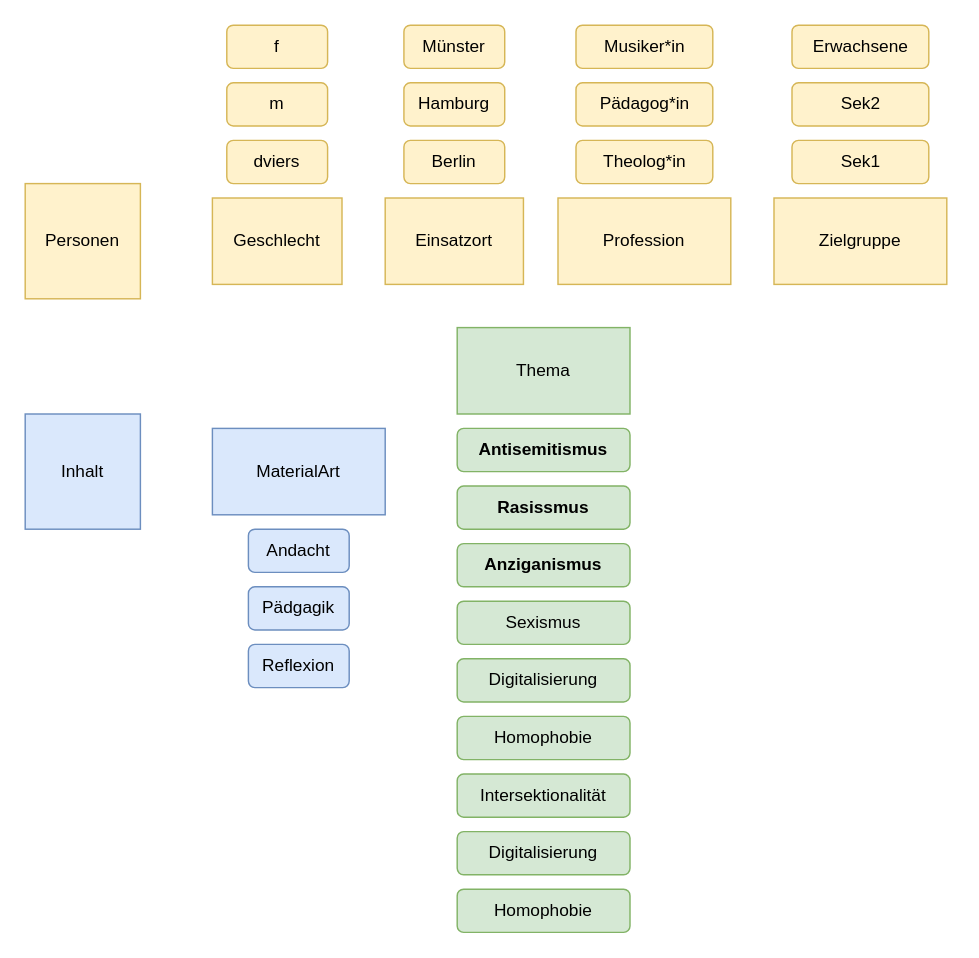
NetzTeufel/narrt keeps this draw.io diagram as narrtHP.drawio. Above is the earlier version. Source tidied: cells renumbered, new cells numbered last; positions are measured from the earlier drawing's top-left corner, leaving out a move shared by most shapes. Both pictures are drawn from the tidied source at 144%, with x=0, y=0 at pixel (24, 24).
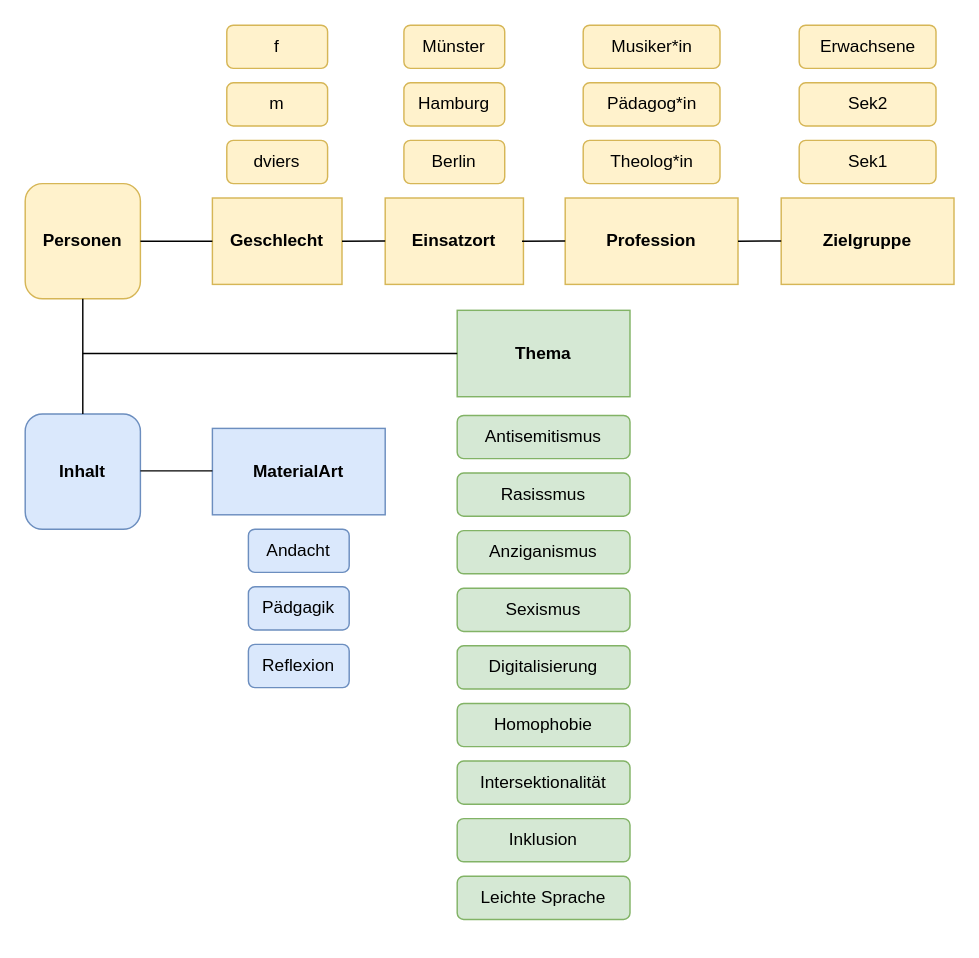
The same diagram, later.

What changed in the source:
```diff
@@
-    <mxCell id="2" value="Personen" style="whiteSpace=wrap;html=1;fillColor=#fff2cc;strokeColor=#d6b656;" parent="1" vertex="1">
+    <mxCell id="2" value="Personen" style="whiteSpace=wrap;html=1;fillColor=#fff2cc;strokeColor=#d6b656;fontStyle=1;rounded=1;glass=0;shadow=0;comic=0;" parent="1" vertex="1">
       <mxGeometry y="110" width="80" height="80" as="geometry" />
     </mxCell>
-    <mxCell id="3" value="Inhalt" style="whiteSpace=wrap;html=1;fillColor=#dae8fc;strokeColor=#6c8ebf;" parent="1" vertex="1">
+    <mxCell id="3" value="Inhalt" style="whiteSpace=wrap;html=1;fillColor=#dae8fc;strokeColor=#6c8ebf;fontStyle=1;gradientColor=none;rounded=1;" parent="1" vertex="1">
       <mxGeometry y="270" width="80" height="80" as="geometry" />
     </mxCell>
-    <mxCell id="4" value="Geschlecht" style="rounded=0;whiteSpace=wrap;html=1;fillColor=#fff2cc;strokeColor=#d6b656;" parent="1" vertex="1">
+    <mxCell id="4" value="Geschlecht" style="rounded=0;whiteSpace=wrap;html=1;fillColor=#fff2cc;strokeColor=#d6b656;fontStyle=1;" parent="1" vertex="1">
       <mxGeometry x="130" y="120" width="90" height="60" as="geometry" />
     </mxCell>
-    <mxCell id="5" value="MaterialArt" style="rounded=0;whiteSpace=wrap;html=1;fillColor=#dae8fc;strokeColor=#6c8ebf;" parent="1" vertex="1">
+    <mxCell id="5" value="MaterialArt" style="rounded=0;whiteSpace=wrap;html=1;fillColor=#dae8fc;strokeColor=#6c8ebf;fontStyle=1;" parent="1" vertex="1">
       <mxGeometry x="130" y="280" width="120" height="60" as="geometry" />
     </mxCell>
-    <mxCell id="6" value="Einsatzort" style="rounded=0;whiteSpace=wrap;html=1;fillColor=#fff2cc;strokeColor=#d6b656;" parent="1" vertex="1">
+    <mxCell id="6" value="Einsatzort" style="rounded=0;whiteSpace=wrap;html=1;fillColor=#fff2cc;strokeColor=#d6b656;fontStyle=1;" parent="1" vertex="1">
       <mxGeometry x="250" y="120" width="96" height="60" as="geometry" />
     </mxCell>
-    <mxCell id="7" value="Andacht" style="rounded=1;whiteSpace=wrap;html=1;fillColor=#dae8fc;strokeColor=#6c8ebf;" parent="1" vertex="1">
+    <mxCell id="7" value="Andacht" style="rounded=1;whiteSpace=wrap;html=1;fillColor=#dae8fc;strokeColor=#6c8ebf;fontStyle=0;" parent="1" vertex="1">
       <mxGeometry x="155" y="350" width="70" height="30" as="geometry" />
     </mxCell>
-    <mxCell id="8" value="Pädgagik" style="rounded=1;whiteSpace=wrap;html=1;fillColor=#dae8fc;strokeColor=#6c8ebf;" parent="1" vertex="1">
+    <mxCell id="8" value="Pädgagik" style="rounded=1;whiteSpace=wrap;html=1;fillColor=#dae8fc;strokeColor=#6c8ebf;fontStyle=0;" parent="1" vertex="1">
       <mxGeometry x="155" y="390" width="70" height="30" as="geometry" />
     </mxCell>
-    <mxCell id="9" value="Reflexion" style="rounded=1;whiteSpace=wrap;html=1;fillColor=#dae8fc;strokeColor=#6c8ebf;" parent="1" vertex="1">
+    <mxCell id="9" value="Reflexion" style="rounded=1;whiteSpace=wrap;html=1;fillColor=#dae8fc;strokeColor=#6c8ebf;fontStyle=0;" parent="1" vertex="1">
       <mxGeometry x="155" y="430" width="70" height="30" as="geometry" />
     </mxCell>
-    <mxCell id="10" value="f" style="rounded=1;whiteSpace=wrap;html=1;fillColor=#fff2cc;strokeColor=#d6b656;" parent="1" vertex="1">
+    <mxCell id="10" value="f" style="rounded=1;whiteSpace=wrap;html=1;fillColor=#fff2cc;strokeColor=#d6b656;fontStyle=0;" parent="1" vertex="1">
       <mxGeometry x="140" width="70" height="30" as="geometry" />
     </mxCell>
-    <mxCell id="11" value="m" style="rounded=1;whiteSpace=wrap;html=1;fillColor=#fff2cc;strokeColor=#d6b656;" parent="1" vertex="1">
+    <mxCell id="11" value="m" style="rounded=1;whiteSpace=wrap;html=1;fillColor=#fff2cc;strokeColor=#d6b656;fontStyle=0;" parent="1" vertex="1">
       <mxGeometry x="140" y="40" width="70" height="30" as="geometry" />
     </mxCell>
-    <mxCell id="12" value="dviers" style="rounded=1;whiteSpace=wrap;html=1;fillColor=#fff2cc;strokeColor=#d6b656;" parent="1" vertex="1">
+    <mxCell id="12" value="dviers" style="rounded=1;whiteSpace=wrap;html=1;fillColor=#fff2cc;strokeColor=#d6b656;fontStyle=0;" parent="1" vertex="1">
       <mxGeometry x="140" y="80" width="70" height="30" as="geometry" />
     </mxCell>
-    <mxCell id="13" value="Münster" style="rounded=1;whiteSpace=wrap;html=1;fillColor=#fff2cc;strokeColor=#d6b656;" parent="1" vertex="1">
+    <mxCell id="13" value="Münster" style="rounded=1;whiteSpace=wrap;html=1;fillColor=#fff2cc;strokeColor=#d6b656;fontStyle=0;" parent="1" vertex="1">
       <mxGeometry x="263" width="70" height="30" as="geometry" />
     </mxCell>
-    <mxCell id="14" value="Hamburg" style="rounded=1;whiteSpace=wrap;html=1;fillColor=#fff2cc;strokeColor=#d6b656;" parent="1" vertex="1">
+    <mxCell id="14" value="Hamburg" style="rounded=1;whiteSpace=wrap;html=1;fillColor=#fff2cc;strokeColor=#d6b656;fontStyle=0;" parent="1" vertex="1">
       <mxGeometry x="263" y="40" width="70" height="30" as="geometry" />
     </mxCell>
-    <mxCell id="15" value="Berlin" style="rounded=1;whiteSpace=wrap;html=1;fillColor=#fff2cc;strokeColor=#d6b656;" parent="1" vertex="1">
+    <mxCell id="15" value="Berlin" style="rounded=1;whiteSpace=wrap;html=1;fillColor=#fff2cc;strokeColor=#d6b656;fontStyle=0;" parent="1" vertex="1">
       <mxGeometry x="263" y="80" width="70" height="30" as="geometry" />
     </mxCell>
-    <mxCell id="16" value="Profession" style="rounded=0;whiteSpace=wrap;html=1;fillColor=#fff2cc;strokeColor=#d6b656;" parent="1" vertex="1">
-      <mxGeometry x="370" y="120" width="120" height="60" as="geometry" />
+    <mxCell id="16" value="Profession" style="rounded=0;whiteSpace=wrap;html=1;fillColor=#fff2cc;strokeColor=#d6b656;fontStyle=1;" parent="1" vertex="1">
+      <mxGeometry x="375" y="120" width="120" height="60" as="geometry" />
     </mxCell>
-    <mxCell id="17" value="Musiker*in" style="rounded=1;whiteSpace=wrap;html=1;fillColor=#fff2cc;strokeColor=#d6b656;" parent="1" vertex="1">
-      <mxGeometry x="382.5" width="95" height="30" as="geometry" />
+    <mxCell id="17" value="Musiker*in" style="rounded=1;whiteSpace=wrap;html=1;fillColor=#fff2cc;strokeColor=#d6b656;fontStyle=0;" parent="1" vertex="1">
+      <mxGeometry x="387.5" width="95" height="30" as="geometry" />
     </mxCell>
-    <mxCell id="18" value="Pädagog*in" style="rounded=1;whiteSpace=wrap;html=1;fillColor=#fff2cc;strokeColor=#d6b656;" parent="1" vertex="1">
-      <mxGeometry x="382.5" y="40" width="95" height="30" as="geometry" />
+    <mxCell id="18" value="Pädagog*in" style="rounded=1;whiteSpace=wrap;html=1;fillColor=#fff2cc;strokeColor=#d6b656;fontStyle=0;" parent="1" vertex="1">
+      <mxGeometry x="387.5" y="40" width="95" height="30" as="geometry" />
     </mxCell>
-    <mxCell id="19" value="Theolog*in" style="rounded=1;whiteSpace=wrap;html=1;fillColor=#fff2cc;strokeColor=#d6b656;" parent="1" vertex="1">
-      <mxGeometry x="382.5" y="80" width="95" height="30" as="geometry" />
+    <mxCell id="19" value="Theolog*in" style="rounded=1;whiteSpace=wrap;html=1;fillColor=#fff2cc;strokeColor=#d6b656;fontStyle=0;" parent="1" vertex="1">
+      <mxGeometry x="387.5" y="80" width="95" height="30" as="geometry" />
     </mxCell>
-    <mxCell id="20" value="Zielgruppe" style="rounded=0;whiteSpace=wrap;html=1;fillColor=#fff2cc;strokeColor=#d6b656;" parent="1" vertex="1">
-      <mxGeometry x="520" y="120" width="120" height="60" as="geometry" />
+    <mxCell id="20" value="Zielgruppe" style="rounded=0;whiteSpace=wrap;html=1;fillColor=#fff2cc;strokeColor=#d6b656;fontStyle=1;" parent="1" vertex="1">
+      <mxGeometry x="525" y="120" width="120" height="60" as="geometry" />
     </mxCell>
-    <mxCell id="21" value="Erwachsene" style="rounded=1;whiteSpace=wrap;html=1;fillColor=#fff2cc;strokeColor=#d6b656;" parent="1" vertex="1">
-      <mxGeometry x="532.5" width="95" height="30" as="geometry" />
+    <mxCell id="21" value="Erwachsene" style="rounded=1;whiteSpace=wrap;html=1;fillColor=#fff2cc;strokeColor=#d6b656;fontStyle=0;" parent="1" vertex="1">
+      <mxGeometry x="537.5" width="95" height="30" as="geometry" />
     </mxCell>
-    <mxCell id="22" value="Sek2" style="rounded=1;whiteSpace=wrap;html=1;fillColor=#fff2cc;strokeColor=#d6b656;" parent="1" vertex="1">
-      <mxGeometry x="532.5" y="40" width="95" height="30" as="geometry" />
+    <mxCell id="22" value="Sek2" style="rounded=1;whiteSpace=wrap;html=1;fillColor=#fff2cc;strokeColor=#d6b656;fontStyle=0;" parent="1" vertex="1">
+      <mxGeometry x="537.5" y="40" width="95" height="30" as="geometry" />
     </mxCell>
-    <mxCell id="23" value="Sek1" style="rounded=1;whiteSpace=wrap;html=1;fillColor=#fff2cc;strokeColor=#d6b656;" parent="1" vertex="1">
-      <mxGeometry x="532.5" y="80" width="95" height="30" as="geometry" />
+    <mxCell id="23" value="Sek1" style="rounded=1;whiteSpace=wrap;html=1;fillColor=#fff2cc;strokeColor=#d6b656;fontStyle=0;" parent="1" vertex="1">
+      <mxGeometry x="537.5" y="80" width="95" height="30" as="geometry" />
     </mxCell>
-    <mxCell id="24" value="Thema" style="rounded=0;whiteSpace=wrap;html=1;fillColor=#d5e8d4;strokeColor=#82b366;" parent="1" vertex="1">
-      <mxGeometry x="300" y="210" width="120" height="60" as="geometry" />
+    <mxCell id="24" value="Thema" style="rounded=0;whiteSpace=wrap;html=1;fillColor=#d5e8d4;strokeColor=#82b366;fontStyle=1;" parent="1" vertex="1">
+      <mxGeometry x="300" y="198" width="120" height="60" as="geometry" />
     </mxCell>
-    <mxCell id="25" value="Antisemitismus" style="rounded=1;whiteSpace=wrap;html=1;fillColor=#d5e8d4;strokeColor=#82b366;fontStyle=1;" parent="1" vertex="1">
-      <mxGeometry x="300" y="280" width="120" height="30" as="geometry" />
+    <mxCell id="25" value="Antisemitismus" style="rounded=1;whiteSpace=wrap;html=1;fillColor=#d5e8d4;strokeColor=#82b366;fontStyle=0;" parent="1" vertex="1">
+      <mxGeometry x="300" y="271" width="120" height="30" as="geometry" />
     </mxCell>
-    <mxCell id="26" value="Rasissmus" style="rounded=1;whiteSpace=wrap;html=1;fillColor=#d5e8d4;strokeColor=#82b366;fontStyle=1;" parent="1" vertex="1">
-      <mxGeometry x="300" y="320" width="120" height="30" as="geometry" />
+    <mxCell id="26" value="Rasissmus" style="rounded=1;whiteSpace=wrap;html=1;fillColor=#d5e8d4;strokeColor=#82b366;fontStyle=0;" parent="1" vertex="1">
+      <mxGeometry x="300" y="311" width="120" height="30" as="geometry" />
     </mxCell>
-    <mxCell id="27" value="Anziganismus" style="rounded=1;whiteSpace=wrap;html=1;fillColor=#d5e8d4;strokeColor=#82b366;fontStyle=1;" parent="1" vertex="1">
-      <mxGeometry x="300" y="360" width="120" height="30" as="geometry" />
+    <mxCell id="27" value="Anziganismus" style="rounded=1;whiteSpace=wrap;html=1;fillColor=#d5e8d4;strokeColor=#82b366;fontStyle=0;" parent="1" vertex="1">
+      <mxGeometry x="300" y="351" width="120" height="30" as="geometry" />
     </mxCell>
-    <mxCell id="28" value="Sexismus" style="rounded=1;whiteSpace=wrap;html=1;fillColor=#d5e8d4;strokeColor=#82b366;" parent="1" vertex="1">
-      <mxGeometry x="300" y="400" width="120" height="30" as="geometry" />
+    <mxCell id="28" value="Sexismus" style="rounded=1;whiteSpace=wrap;html=1;fillColor=#d5e8d4;strokeColor=#82b366;fontStyle=0;" parent="1" vertex="1">
+      <mxGeometry x="300" y="391" width="120" height="30" as="geometry" />
     </mxCell>
-    <mxCell id="29" value="Digitalisierung" style="rounded=1;whiteSpace=wrap;html=1;fillColor=#d5e8d4;strokeColor=#82b366;" parent="1" vertex="1">
-      <mxGeometry x="300" y="440" width="120" height="30" as="geometry" />
+    <mxCell id="29" value="Digitalisierung" style="rounded=1;whiteSpace=wrap;html=1;fillColor=#d5e8d4;strokeColor=#82b366;fontStyle=0;" parent="1" vertex="1">
+      <mxGeometry x="300" y="431" width="120" height="30" as="geometry" />
     </mxCell>
-    <mxCell id="30" value="Homophobie" style="rounded=1;whiteSpace=wrap;html=1;fillColor=#d5e8d4;strokeColor=#82b366;" parent="1" vertex="1">
-      <mxGeometry x="300" y="480" width="120" height="30" as="geometry" />
+    <mxCell id="30" value="Homophobie" style="rounded=1;whiteSpace=wrap;html=1;fillColor=#d5e8d4;strokeColor=#82b366;fontStyle=0;" parent="1" vertex="1">
+      <mxGeometry x="300" y="471" width="120" height="30" as="geometry" />
     </mxCell>
-    <mxCell id="31" value="Intersektionalität" style="rounded=1;whiteSpace=wrap;html=1;fillColor=#d5e8d4;strokeColor=#82b366;" parent="1" vertex="1">
-      <mxGeometry x="300" y="520" width="120" height="30" as="geometry" />
+    <mxCell id="31" value="Intersektionalität" style="rounded=1;whiteSpace=wrap;html=1;fillColor=#d5e8d4;strokeColor=#82b366;fontStyle=0;" parent="1" vertex="1">
+      <mxGeometry x="300" y="511" width="120" height="30" as="geometry" />
     </mxCell>
-    <mxCell id="32" value="Digitalisierung" style="rounded=1;whiteSpace=wrap;html=1;fillColor=#d5e8d4;strokeColor=#82b366;" parent="1" vertex="1">
-      <mxGeometry x="300" y="560" width="120" height="30" as="geometry" />
+    <mxCell id="32" value="Inklusion" style="rounded=1;whiteSpace=wrap;html=1;fillColor=#d5e8d4;strokeColor=#82b366;fontStyle=0;" parent="1" vertex="1">
+      <mxGeometry x="300" y="551" width="120" height="30" as="geometry" />
     </mxCell>
-    <mxCell id="33" value="Homophobie" style="rounded=1;whiteSpace=wrap;html=1;fillColor=#d5e8d4;strokeColor=#82b366;" parent="1" vertex="1">
-      <mxGeometry x="300" y="600" width="120" height="30" as="geometry" />
+    <mxCell id="33" value="Leichte Sprache" style="rounded=1;whiteSpace=wrap;html=1;fillColor=#d5e8d4;strokeColor=#82b366;fontStyle=0;" parent="1" vertex="1">
+      <mxGeometry x="300" y="591" width="120" height="30" as="geometry" />
     </mxCell>
+    <mxCell id="34" style="endArrow=none;html=1;entryX=0.5;entryY=1;entryDx=0;entryDy=0;exitX=0.5;exitY=0;exitDx=0;exitDy=0;fontStyle=1;" parent="1" edge="1" source="3" target="2">
+      <mxGeometry relative="1" as="geometry" />
+    </mxCell>
+    <mxCell id="35" style="endArrow=none;html=1;exitX=0;exitY=0.5;exitDx=0;exitDy=0;fontStyle=1;" parent="1" edge="1" source="24">
+      <mxGeometry relative="1" as="geometry">
+        <mxPoint x="40" y="228" as="targetPoint" />
+      </mxGeometry>
+    </mxCell>
+    <mxCell id="36" style="endArrow=none;html=1;entryX=0;entryY=0.5;entryDx=0;entryDy=0;exitX=1;exitY=0.5;exitDx=0;exitDy=0;fontStyle=1;" parent="1" edge="1" source="2" target="4">
+      <mxGeometry relative="1" as="geometry" />
+    </mxCell>
+    <mxCell id="37" style="endArrow=none;html=1;entryX=0;entryY=0.5;entryDx=0;entryDy=0;fontStyle=1;" parent="1" edge="1">
+      <mxGeometry relative="1" as="geometry">
+        <mxPoint x="220" y="150" as="sourcePoint" />
+        <mxPoint x="250" y="149.8" as="targetPoint" />
+      </mxGeometry>
+    </mxCell>
+    <mxCell id="38" style="endArrow=none;html=1;entryX=0;entryY=0.5;entryDx=0;entryDy=0;fontStyle=1;" parent="1" edge="1">
+      <mxGeometry relative="1" as="geometry">
+        <mxPoint x="345" y="150" as="sourcePoint" />
+        <mxPoint x="375" y="149.8" as="targetPoint" />
+      </mxGeometry>
+    </mxCell>
+    <mxCell id="39" style="endArrow=none;html=1;entryX=0;entryY=0.5;entryDx=0;entryDy=0;fontStyle=1;" parent="1" edge="1">
+      <mxGeometry relative="1" as="geometry">
+        <mxPoint x="495" y="150" as="sourcePoint" />
+        <mxPoint x="525" y="149.8" as="targetPoint" />
+      </mxGeometry>
+    </mxCell>
+    <mxCell id="40" style="endArrow=none;html=1;entryX=0;entryY=0.5;entryDx=0;entryDy=0;exitX=1;exitY=0.5;exitDx=0;exitDy=0;fontStyle=1;" parent="1" edge="1">
+      <mxGeometry relative="1" as="geometry">
+        <mxPoint x="80" y="309.5" as="sourcePoint" />
+        <mxPoint x="130" y="309.5" as="targetPoint" />
+      </mxGeometry>
+    </mxCell>
```
